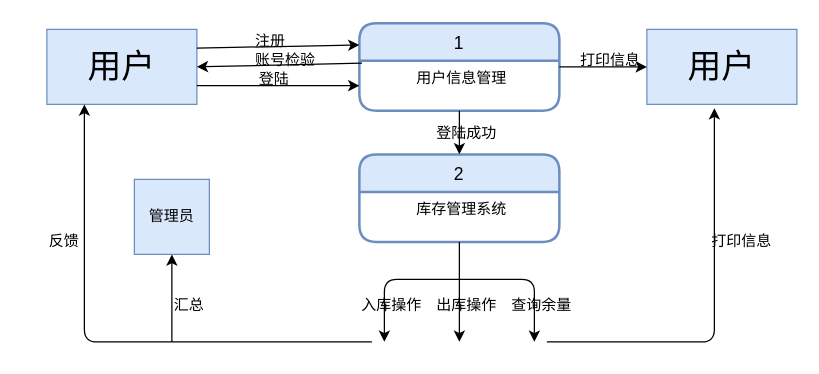
Before: Untitled Diagram.drawio in fancy5858/hello-world, a draw.io diagram. Source tidied: cells renumbered, new cells numbered last; positions are measured from the earlier drawing's top-left corner, leaving out a move shared by most shapes. Both pictures are drawn from the tidied source at 125%, with x=0, y=0 at pixel (46, 22).
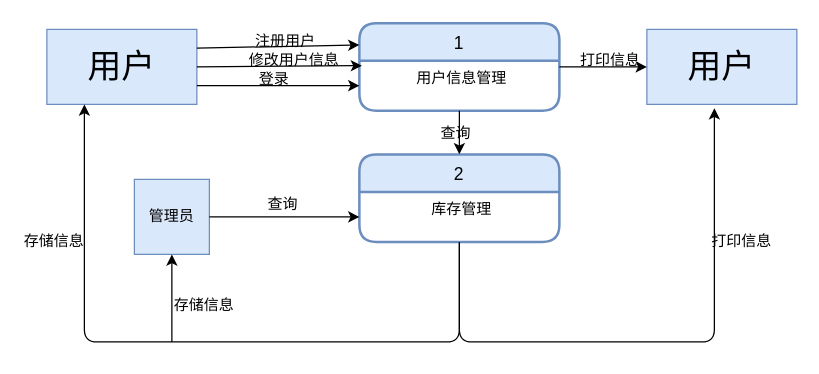
The same diagram, later.

Unchanged cells that the change refers to:
```xml
<mxCell id="2" value="&lt;font style=&quot;font-size: 27px&quot;&gt;用户&lt;/font&gt;" style="rounded=0;whiteSpace=wrap;html=1;fillColor=#dae8fc;strokeColor=#6c8ebf;" parent="1" vertex="1">
  <mxGeometry y="5" width="120" height="60" as="geometry" />
</mxCell>
<mxCell id="4" value="用户信息管理" style="align=center;strokeColor=none;fillColor=none;spacingLeft=4;fontSize=12;verticalAlign=top;" parent="3" vertex="1">
  <mxGeometry y="30" width="160" height="40" as="geometry" />
</mxCell>
<mxCell id="11" value="管理员" style="whiteSpace=wrap;html=1;fillColor=#dae8fc;align=center;strokeColor=#6c8ebf;" parent="1" vertex="1">
  <mxGeometry x="70" y="125" width="60" height="60" as="geometry" />
</mxCell>
<mxCell id="16" value="2" style="swimlane;horizontal=1;startSize=30;fillColor=#dae8fc;rounded=1;fontSize=14;fontStyle=0;strokeWidth=2;shadow=0;dashed=0;align=center;strokeColor=#6c8ebf;" parent="1" vertex="1">
  <mxGeometry x="250" y="105" width="160" height="70" as="geometry" />
</mxCell>
<mxCell id="26" value="&lt;font style=&quot;font-size: 27px&quot;&gt;用户&lt;/font&gt;" style="rounded=0;whiteSpace=wrap;html=1;fillColor=#dae8fc;strokeColor=#6c8ebf;" parent="1" vertex="1">
  <mxGeometry x="480" y="5" width="120" height="60" as="geometry" />
</mxCell>
```

Change to the diagram source:
```diff
@@
-    <mxCell id="6" value="注册" style="text;html=1;align=left;verticalAlign=top;spacingTop=-4;" parent="1" vertex="1">
-      <mxGeometry x="165" y="5" width="40" height="20" as="geometry" />
+    <mxCell id="6" value="注册用户" style="text;html=1;align=left;verticalAlign=top;spacingTop=-4;" parent="1" vertex="1">
+      <mxGeometry x="165" y="5" width="60" height="20" as="geometry" />
     </mxCell>
-    <mxCell id="7" style="endArrow=classic;html=1;entryX=1;entryY=0.5;entryDx=0;entryDy=0;exitX=0.013;exitY=0.05;exitDx=0;exitDy=0;exitPerimeter=0;" parent="1" edge="1" source="4" target="2">
-      <mxGeometry relative="1" as="geometry" />
-    </mxCell>
-    <mxCell id="8" value="账号检验" style="text;html=1;align=left;verticalAlign=top;spacingTop=-4;" parent="1" vertex="1">
-      <mxGeometry x="165" y="20" width="60" height="20" as="geometry" />
-    </mxCell>
@@
-    <mxCell id="10" value="登陆" style="text;html=1;align=left;verticalAlign=top;spacingTop=-4;" parent="1" vertex="1">
+    <mxCell id="10" value="登录" style="text;html=1;align=left;verticalAlign=top;spacingTop=-4;" parent="1" vertex="1">
       <mxGeometry x="168" y="35" width="40" height="20" as="geometry" />
     </mxCell>
@@
-    <mxCell id="12" style="endArrow=classic;html=1;entryX=0.25;entryY=1;entryDx=0;entryDy=0;" parent="1" edge="1" target="2">
+    <mxCell id="12" style="endArrow=classic;html=1;entryX=0.25;entryY=1;entryDx=0;entryDy=0;exitX=0.5;exitY=1;exitDx=0;exitDy=0;" parent="1" edge="1" source="17" target="2">
       <mxGeometry relative="1" as="geometry">
-        <mxPoint x="260" y="255" as="sourcePoint" />
         <Array as="points">
+          <mxPoint x="330" y="255" />
           <mxPoint x="30" y="255" />
         </Array>
       </mxGeometry>
     </mxCell>
-    <mxCell id="13" value="反馈" style="text;html=1;align=left;verticalAlign=top;spacingTop=-4;" parent="1" vertex="1">
-      <mxGeometry y="165" width="40" height="20" as="geometry" />
+    <mxCell id="13" value="存储信息" style="text;html=1;align=left;verticalAlign=top;spacingTop=-4;" parent="1" vertex="1">
+      <mxGeometry x="-20" y="165" width="60" height="20" as="geometry" />
     </mxCell>
@@
-    <mxCell id="15" value="汇总" style="text;html=1;align=left;verticalAlign=top;spacingTop=-4;" parent="1" vertex="1">
-      <mxGeometry x="100" y="216" width="40" height="20" as="geometry" />
+    <mxCell id="15" value="存储信息" style="text;html=1;align=left;verticalAlign=top;spacingTop=-4;" parent="1" vertex="1">
+      <mxGeometry x="100" y="216" width="60" height="20" as="geometry" />
     </mxCell>
@@
-    <mxCell id="17" value="库存管理系统" style="align=center;strokeColor=none;fillColor=none;spacingLeft=4;fontSize=12;verticalAlign=top;" parent="16" vertex="1">
+    <mxCell id="17" value="库存管理" style="align=center;strokeColor=none;fillColor=none;spacingLeft=4;fontSize=12;verticalAlign=top;" parent="16" vertex="1">
       <mxGeometry y="30" width="160" height="40" as="geometry" />
     </mxCell>
@@
-    <mxCell id="19" value="&lt;div style=&quot;text-align: center&quot;&gt;&lt;span&gt;登陆成功&lt;/span&gt;&lt;/div&gt;" style="text;html=1;align=left;verticalAlign=top;spacingTop=-4;" parent="1" vertex="1">
-      <mxGeometry x="310" y="77.5" width="60" height="20" as="geometry" />
+    <mxCell id="19" value="&lt;div style=&quot;text-align: center&quot;&gt;&amp;nbsp;查询&lt;/div&gt;" style="text;html=1;align=left;verticalAlign=top;spacingTop=-4;" parent="1" vertex="1">
+      <mxGeometry x="310" y="77.5" width="40" height="20" as="geometry" />
     </mxCell>
-    <mxCell id="20" style="endArrow=classic;html=1;exitX=0.5;exitY=1;exitDx=0;exitDy=0;" parent="1" edge="1" source="17">
-      <mxGeometry relative="1" as="geometry">
-        <mxPoint x="330" y="255" as="targetPoint" />
-      </mxGeometry>
-    </mxCell>
-    <mxCell id="21" value="出库操作" style="text;html=1;align=left;verticalAlign=top;spacingTop=-4;" parent="1" vertex="1">
-      <mxGeometry x="310" y="216" width="60" height="20" as="geometry" />
-    </mxCell>
-    <mxCell id="22" style="endArrow=classic;html=1;" parent="1" edge="1">
-      <mxGeometry relative="1" as="geometry">
-        <mxPoint x="330" y="205" as="sourcePoint" />
-        <mxPoint x="270" y="255" as="targetPoint" />
-        <Array as="points">
-          <mxPoint x="270" y="205" />
-        </Array>
-      </mxGeometry>
-    </mxCell>
-    <mxCell id="23" value="入库操作" style="text;html=1;align=left;verticalAlign=top;spacingTop=-4;" parent="1" vertex="1">
-      <mxGeometry x="250" y="216" width="60" height="20" as="geometry" />
-    </mxCell>
-    <mxCell id="24" style="endArrow=classic;html=1;" parent="1" edge="1">
-      <mxGeometry relative="1" as="geometry">
-        <mxPoint x="330" y="205" as="sourcePoint" />
-        <mxPoint x="390" y="255" as="targetPoint" />
-        <Array as="points">
-          <mxPoint x="390" y="205" />
-        </Array>
-      </mxGeometry>
-    </mxCell>
-    <mxCell id="25" value="查询余量" style="text;html=1;align=left;verticalAlign=top;spacingTop=-4;" parent="1" vertex="1">
-      <mxGeometry x="370" y="216" width="60" height="20" as="geometry" />
-    </mxCell>
@@
-    <mxCell id="29" style="endArrow=classic;html=1;entryX=0.45;entryY=1.05;entryDx=0;entryDy=0;entryPerimeter=0;" parent="1" edge="1" target="26">
+    <mxCell id="29" style="endArrow=classic;html=1;entryX=0.45;entryY=1.05;entryDx=0;entryDy=0;entryPerimeter=0;exitX=0.5;exitY=1;exitDx=0;exitDy=0;" parent="1" edge="1" source="17" target="26">
       <mxGeometry relative="1" as="geometry">
-        <mxPoint x="400" y="255" as="sourcePoint" />
         <Array as="points">
+          <mxPoint x="330" y="255" />
           <mxPoint x="534" y="255" />
         </Array>
       </mxGeometry>
     </mxCell>
@@
+    <mxCell id="31" style="endArrow=classic;html=1;exitX=1;exitY=0.5;exitDx=0;exitDy=0;entryX=0.013;entryY=0.1;entryDx=0;entryDy=0;entryPerimeter=0;" parent="1" edge="1" source="2" target="4">
+      <mxGeometry relative="1" as="geometry" />
+    </mxCell>
+    <mxCell id="32" value="修改用户信息" style="text;html=1;align=left;verticalAlign=top;spacingTop=-4;" parent="1" vertex="1">
+      <mxGeometry x="160" y="20" width="90" height="20" as="geometry" />
+    </mxCell>
+    <mxCell id="33" style="endArrow=classic;html=1;exitX=1;exitY=0.5;exitDx=0;exitDy=0;entryX=0;entryY=0.5;entryDx=0;entryDy=0;" parent="1" edge="1" source="11" target="17">
+      <mxGeometry relative="1" as="geometry" />
+    </mxCell>
+    <mxCell id="34" value="查询" style="text;html=1;align=left;verticalAlign=top;spacingTop=-4;" parent="1" vertex="1">
+      <mxGeometry x="175" y="135" width="40" height="20" as="geometry" />
+    </mxCell>
```
